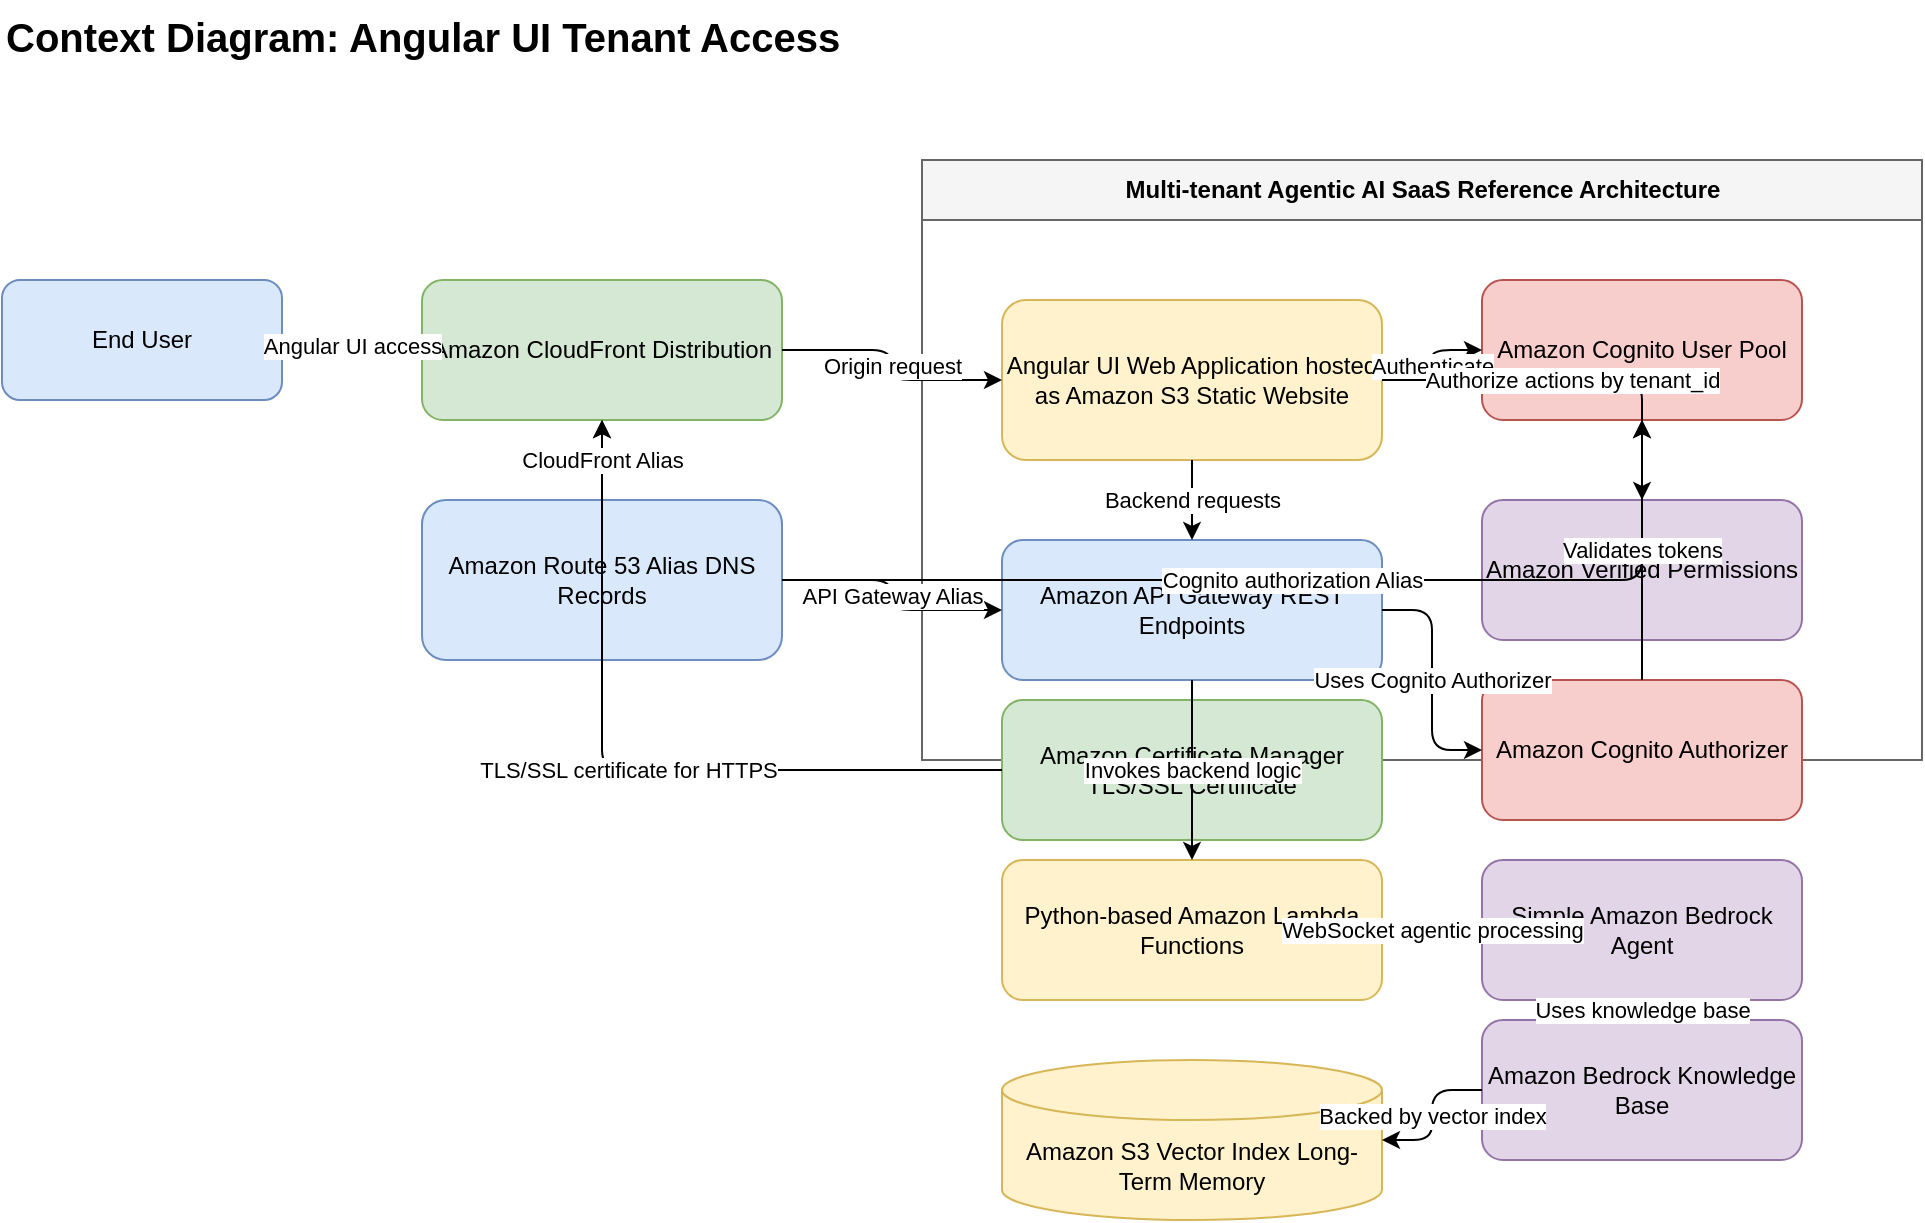
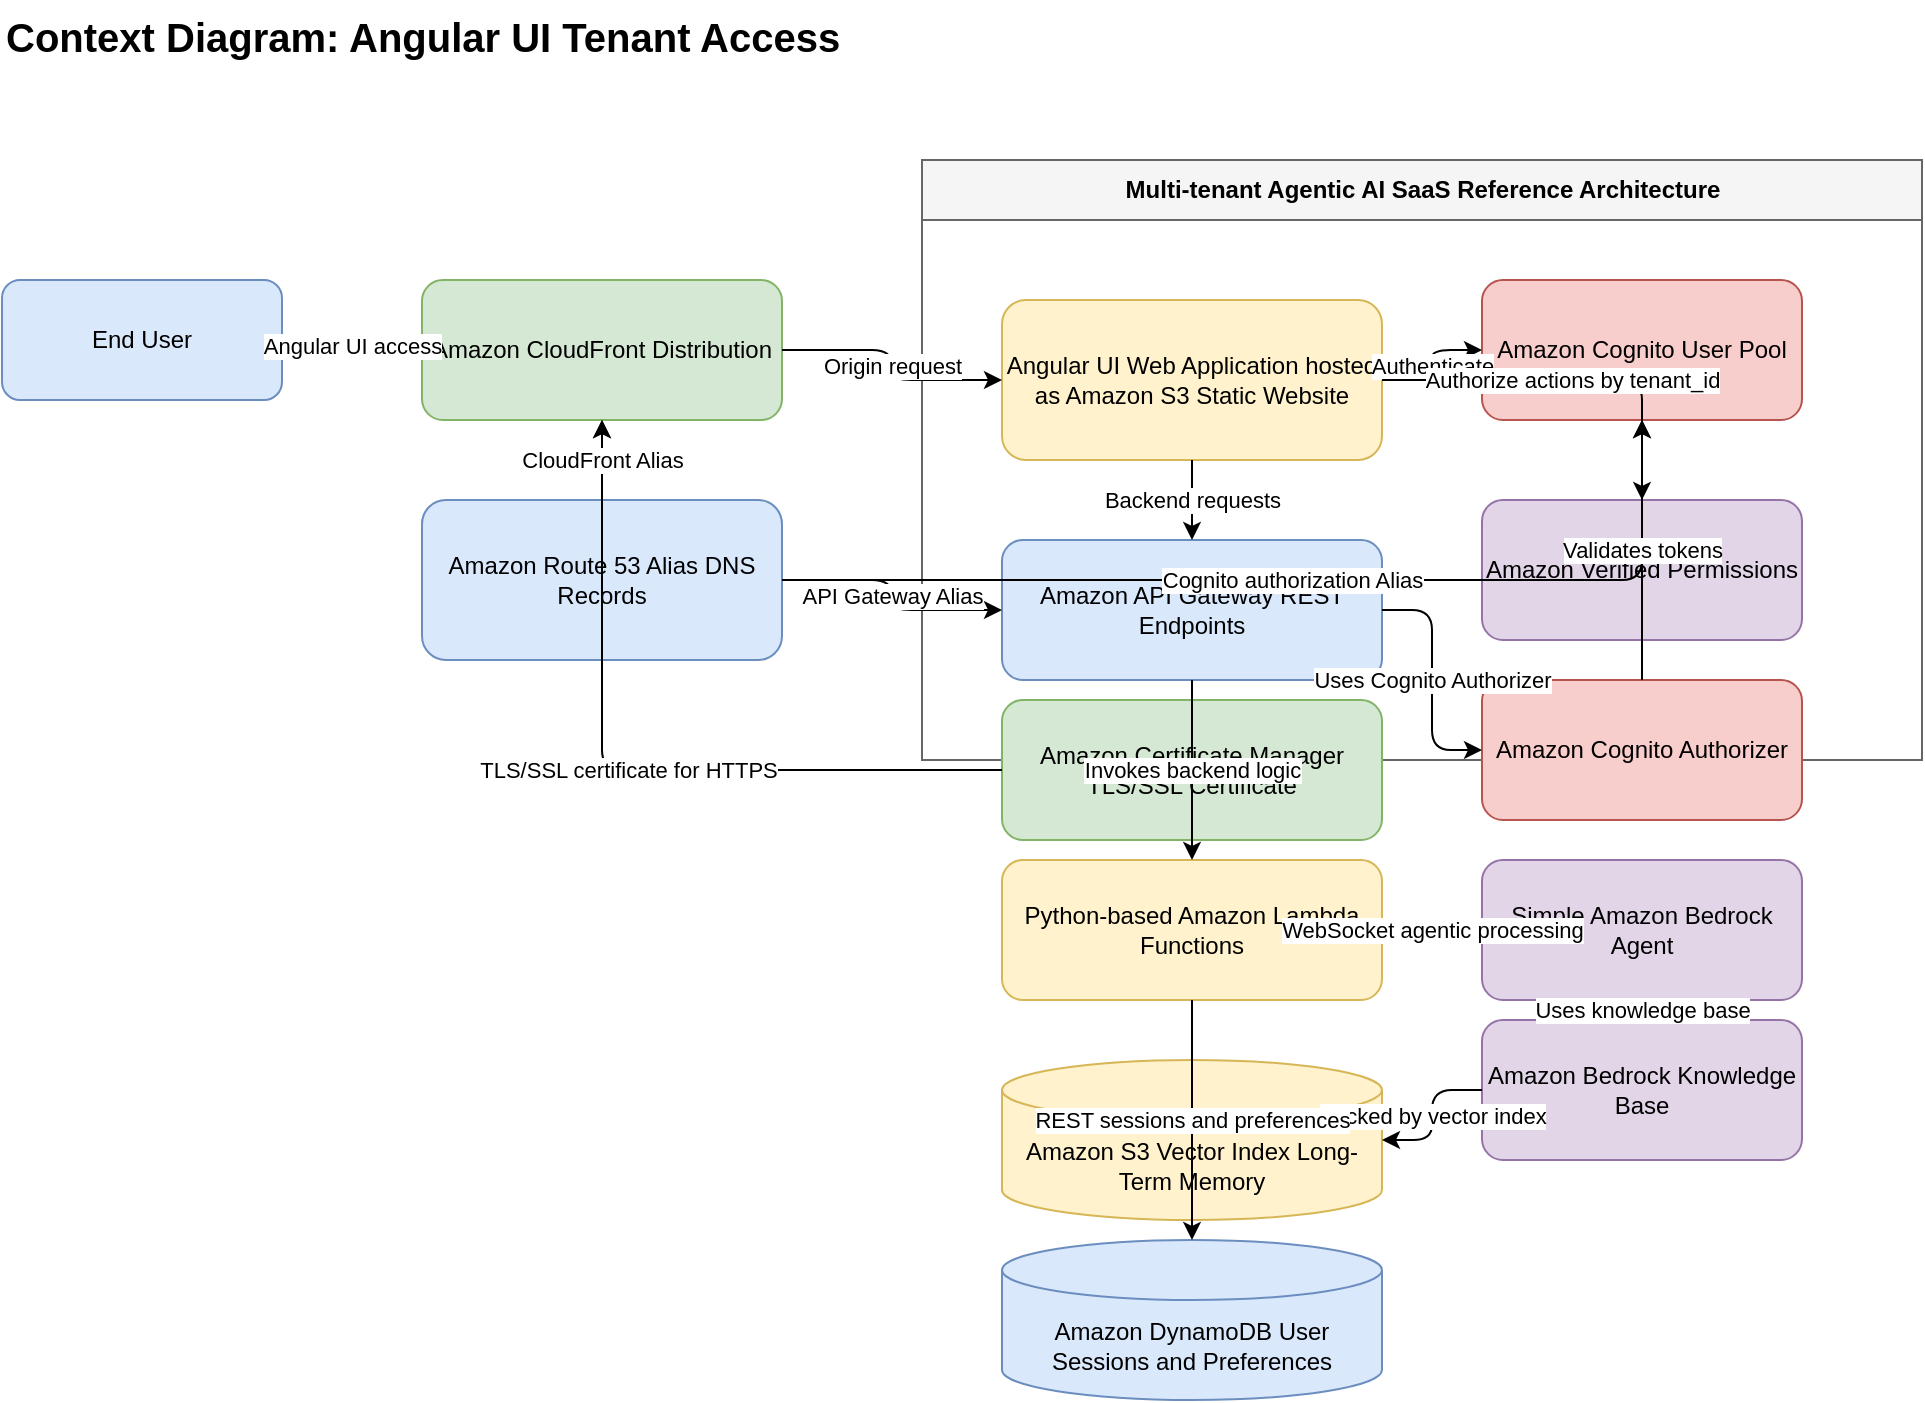
<mxGraphModel dx="1200" dy="800" grid="1" gridSize="10" guides="1" tooltips="1" connect="1" arrows="1" fold="1" page="1" pageScale="1" pageWidth="1100" pageHeight="850" math="0" shadow="0" adaptiveColors="auto">
  <root>
    <mxCell id="0"/>
    <mxCell id="1" parent="0"/>
    <mxCell id="title" value="Context Diagram: Angular UI Tenant Access" style="text;html=1;fontSize=20;fontStyle=1;strokeColor=none;fillColor=none;" vertex="1" parent="1">
      <mxGeometry x="40" y="20" width="500" height="40" as="geometry"/>
    </mxCell>
    <mxCell id="user" value="End User" style="rounded=1;whiteSpace=wrap;html=1;fillColor=#dae8fc;strokeColor=#6c8ebf;" vertex="1" parent="1">
      <mxGeometry x="40" y="160" width="140" height="60" as="geometry"/>
    </mxCell>
    <mxCell id="cloudfront" value="Amazon CloudFront Distribution" style="rounded=1;whiteSpace=wrap;html=1;fillColor=#d5e8d4;strokeColor=#82b366;" vertex="1" parent="1">
      <mxGeometry x="250" y="160" width="180" height="70" as="geometry"/>
    </mxCell>
    <mxCell id="route53" value="Amazon Route 53 Alias DNS Records" style="rounded=1;whiteSpace=wrap;html=1;fillColor=#dae8fc;strokeColor=#6c8ebf;" vertex="1" parent="1">
      <mxGeometry x="250" y="270" width="180" height="80" as="geometry"/>
    </mxCell>
    <mxCell id="system" value="Multi-tenant Agentic AI SaaS Reference Architecture" style="swimlane;startSize=30;fillColor=#f5f5f5;strokeColor=#666666;html=1;" vertex="1" parent="1">
      <mxGeometry x="500" y="100" width="500" height="300" as="geometry"/>
    </mxCell>
    <mxCell id="ui" value="Angular UI Web Application hosted as Amazon S3 Static Website" style="rounded=1;whiteSpace=wrap;html=1;fillColor=#fff2cc;strokeColor=#d6b656;" vertex="1" parent="system">
      <mxGeometry x="40" y="70" width="190" height="80" as="geometry"/>
    </mxCell>
    <mxCell id="cognito" value="Amazon Cognito User Pool" style="rounded=1;whiteSpace=wrap;html=1;fillColor=#f8cecc;strokeColor=#b85450;" vertex="1" parent="system">
      <mxGeometry x="280" y="60" width="160" height="70" as="geometry"/>
    </mxCell>
    <mxCell id="avp" value="Amazon Verified Permissions" style="rounded=1;whiteSpace=wrap;html=1;fillColor=#e1d5e7;strokeColor=#9673a6;" vertex="1" parent="system">
      <mxGeometry x="280" y="170" width="160" height="70" as="geometry"/>
    </mxCell>
    <mxCell id="apigw" value="Amazon API Gateway REST Endpoints" style="rounded=1;whiteSpace=wrap;html=1;fillColor=#dae8fc;strokeColor=#6c8ebf;" vertex="1" parent="system">
      <mxGeometry x="40" y="190" width="190" height="70" as="geometry"/>
    </mxCell>
    <mxCell id="lambda" value="Python-based Amazon Lambda Functions" style="rounded=1;whiteSpace=wrap;html=1;fillColor=#fff2cc;strokeColor=#d6b656;" vertex="1" parent="system">
      <mxGeometry x="40" y="350" width="190" height="70" as="geometry"/>
+     </mxCell>
+     <mxCell id="dynamodb" value="Amazon DynamoDB User Sessions and Preferences" style="shape=cylinder3;whiteSpace=wrap;html=1;boundedLbl=1;backgroundOutline=1;size=15;fillColor=#dae8fc;strokeColor=#6c8ebf;" vertex="1" parent="system">
+       <mxGeometry x="40" y="540" width="190" height="80" as="geometry"/>
    </mxCell>
    <mxCell id="bedrock_agent" value="Simple Amazon Bedrock Agent" style="rounded=1;whiteSpace=wrap;html=1;fillColor=#e1d5e7;strokeColor=#9673a6;" vertex="1" parent="system">
      <mxGeometry x="280" y="350" width="160" height="70" as="geometry"/>
    </mxCell>
    <mxCell id="bedrock_kb" value="Amazon Bedrock Knowledge Base" style="rounded=1;whiteSpace=wrap;html=1;fillColor=#e1d5e7;strokeColor=#9673a6;" vertex="1" parent="system">
      <mxGeometry x="280" y="430" width="160" height="70" as="geometry"/>
    </mxCell>
    <mxCell id="s3_vector" value="Amazon S3 Vector Index Long-Term Memory" style="shape=cylinder3;whiteSpace=wrap;html=1;boundedLbl=1;backgroundOutline=1;size=15;fillColor=#fff2cc;strokeColor=#d6b656;" vertex="1" parent="system">
      <mxGeometry x="40" y="450" width="190" height="80" as="geometry"/>
    </mxCell>
    <mxCell id="cognito_authorizer" value="Amazon Cognito Authorizer" style="rounded=1;whiteSpace=wrap;html=1;fillColor=#f8cecc;strokeColor=#b85450;" vertex="1" parent="system">
      <mxGeometry x="280" y="260" width="160" height="70" as="geometry"/>
    </mxCell>
    <mxCell id="acm" value="Amazon Certificate Manager TLS/SSL Certificate" style="rounded=1;whiteSpace=wrap;html=1;fillColor=#d5e8d4;strokeColor=#82b366;" vertex="1" parent="system">
      <mxGeometry x="40" y="270" width="190" height="70" as="geometry"/>
    </mxCell>
    <mxCell id="e1" value="Angular UI access" style="edgeStyle=orthogonalEdgeStyle;rounded=1;html=1;endArrow=classic;" edge="1" parent="1" source="user" target="cloudfront">
      <mxGeometry relative="1" as="geometry"/>
    </mxCell>
    <mxCell id="e2" value="Origin request" style="edgeStyle=orthogonalEdgeStyle;rounded=1;html=1;endArrow=classic;" edge="1" parent="1" source="cloudfront" target="ui">
      <mxGeometry relative="1" as="geometry"/>
    </mxCell>
    <mxCell id="e3" value="Authenticate" style="edgeStyle=orthogonalEdgeStyle;rounded=1;html=1;endArrow=classic;" edge="1" parent="1" source="ui" target="cognito">
      <mxGeometry relative="1" as="geometry"/>
    </mxCell>
    <mxCell id="e4" value="Authorize actions by tenant_id" style="edgeStyle=orthogonalEdgeStyle;rounded=1;html=1;endArrow=classic;" edge="1" parent="1" source="ui" target="avp">
      <mxGeometry relative="1" as="geometry"/>
    </mxCell>
    <mxCell id="e5" value="Backend requests" style="edgeStyle=orthogonalEdgeStyle;rounded=1;html=1;endArrow=classic;" edge="1" parent="1" source="ui" target="apigw">
      <mxGeometry relative="1" as="geometry"/>
    </mxCell>
    <mxCell id="e6" value="TLS/SSL certificate for HTTPS" style="edgeStyle=orthogonalEdgeStyle;rounded=1;html=1;endArrow=classic;" edge="1" parent="1" source="acm" target="cloudfront">
      <mxGeometry relative="1" as="geometry"/>
    </mxCell>
    <mxCell id="e7" value="CloudFront Alias" style="edgeStyle=orthogonalEdgeStyle;rounded=1;html=1;endArrow=classic;" edge="1" parent="1" source="route53" target="cloudfront">
      <mxGeometry relative="1" as="geometry"/>
    </mxCell>
    <mxCell id="e8" value="Cognito authorization Alias" style="edgeStyle=orthogonalEdgeStyle;rounded=1;html=1;endArrow=classic;" edge="1" parent="1" source="route53" target="cognito">
      <mxGeometry relative="1" as="geometry"/>
    </mxCell>
    <mxCell id="e9" value="API Gateway Alias" style="edgeStyle=orthogonalEdgeStyle;rounded=1;html=1;endArrow=classic;" edge="1" parent="1" source="route53" target="apigw">
      <mxGeometry relative="1" as="geometry"/>
    </mxCell>
    <mxCell id="e10" value="Uses Cognito Authorizer" style="edgeStyle=orthogonalEdgeStyle;rounded=1;html=1;endArrow=classic;" edge="1" parent="1" source="apigw" target="cognito_authorizer">
      <mxGeometry relative="1" as="geometry"/>
    </mxCell>
    <mxCell id="e11" value="Validates tokens" style="edgeStyle=orthogonalEdgeStyle;rounded=1;html=1;endArrow=classic;" edge="1" parent="1" source="cognito_authorizer" target="cognito">
      <mxGeometry relative="1" as="geometry"/>
    </mxCell>
    <mxCell id="e12" value="Invokes backend logic" style="edgeStyle=orthogonalEdgeStyle;rounded=1;html=1;endArrow=classic;" edge="1" parent="1" source="apigw" target="lambda">
      <mxGeometry relative="1" as="geometry"/>
    </mxCell>
    <mxCell id="e13" value="WebSocket agentic processing" style="edgeStyle=orthogonalEdgeStyle;rounded=1;html=1;endArrow=classic;" edge="1" parent="1" source="lambda" target="bedrock_agent">
      <mxGeometry relative="1" as="geometry"/>
    </mxCell>
    <mxCell id="e14" value="Uses knowledge base" style="edgeStyle=orthogonalEdgeStyle;rounded=1;html=1;endArrow=classic;" edge="1" parent="1" source="bedrock_agent" target="bedrock_kb">
      <mxGeometry relative="1" as="geometry"/>
    </mxCell>
    <mxCell id="e15" value="Backed by vector index" style="edgeStyle=orthogonalEdgeStyle;rounded=1;html=1;endArrow=classic;" edge="1" parent="1" source="bedrock_kb" target="s3_vector">
      <mxGeometry relative="1" as="geometry"/>
    </mxCell>
+     <mxCell id="e16" value="REST sessions and preferences" style="edgeStyle=orthogonalEdgeStyle;rounded=1;html=1;endArrow=classic;" edge="1" parent="1" source="lambda" target="dynamodb">
+       <mxGeometry relative="1" as="geometry"/>
+     </mxCell>
  </root>
</mxGraphModel>
